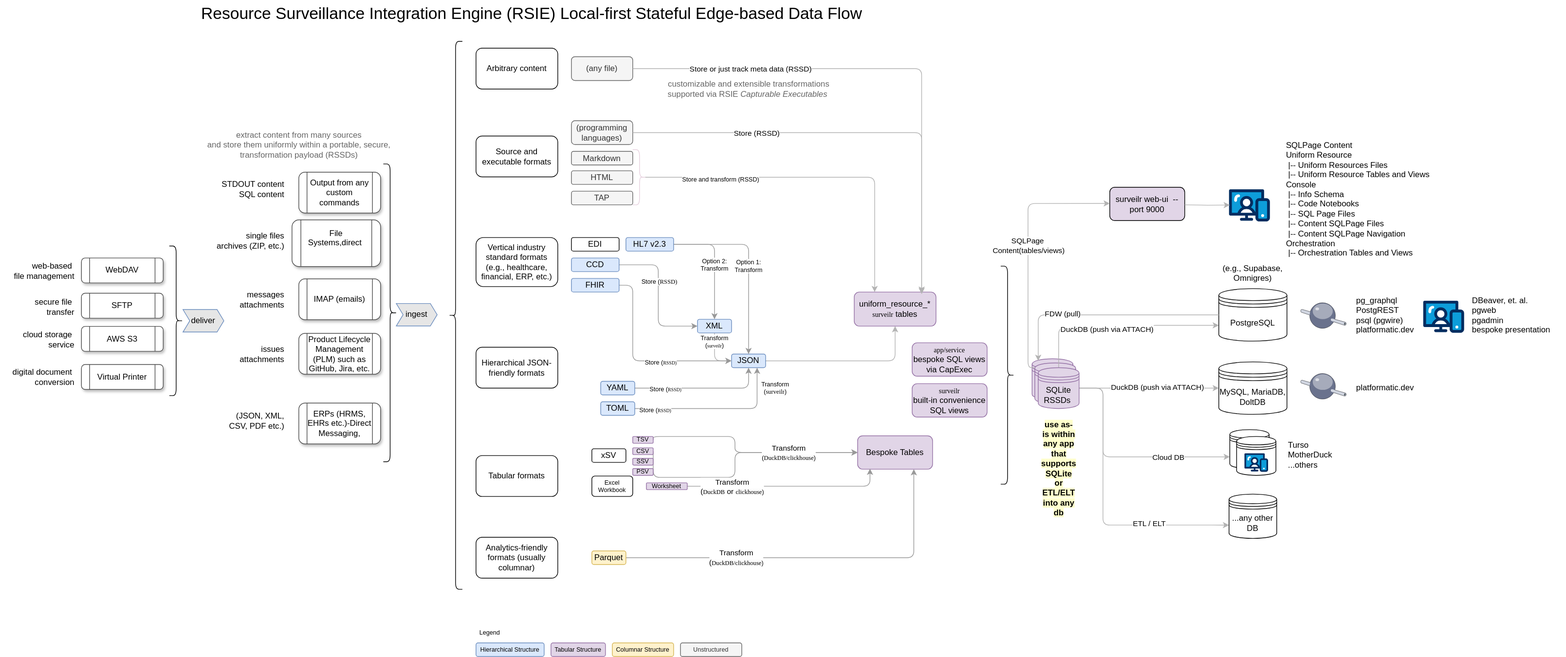
Before: pattern/integration-engine/assets/resource-surveillance-integration-engine-data-flow.drawio.svg, a diagram exported from draw.io (opsfolio/resource-surveillance-commons). Source tidied: cells renumbered, new cells last; positions are measured from the earlier drawing's top-left corner, leaving out a move shared by most shapes.
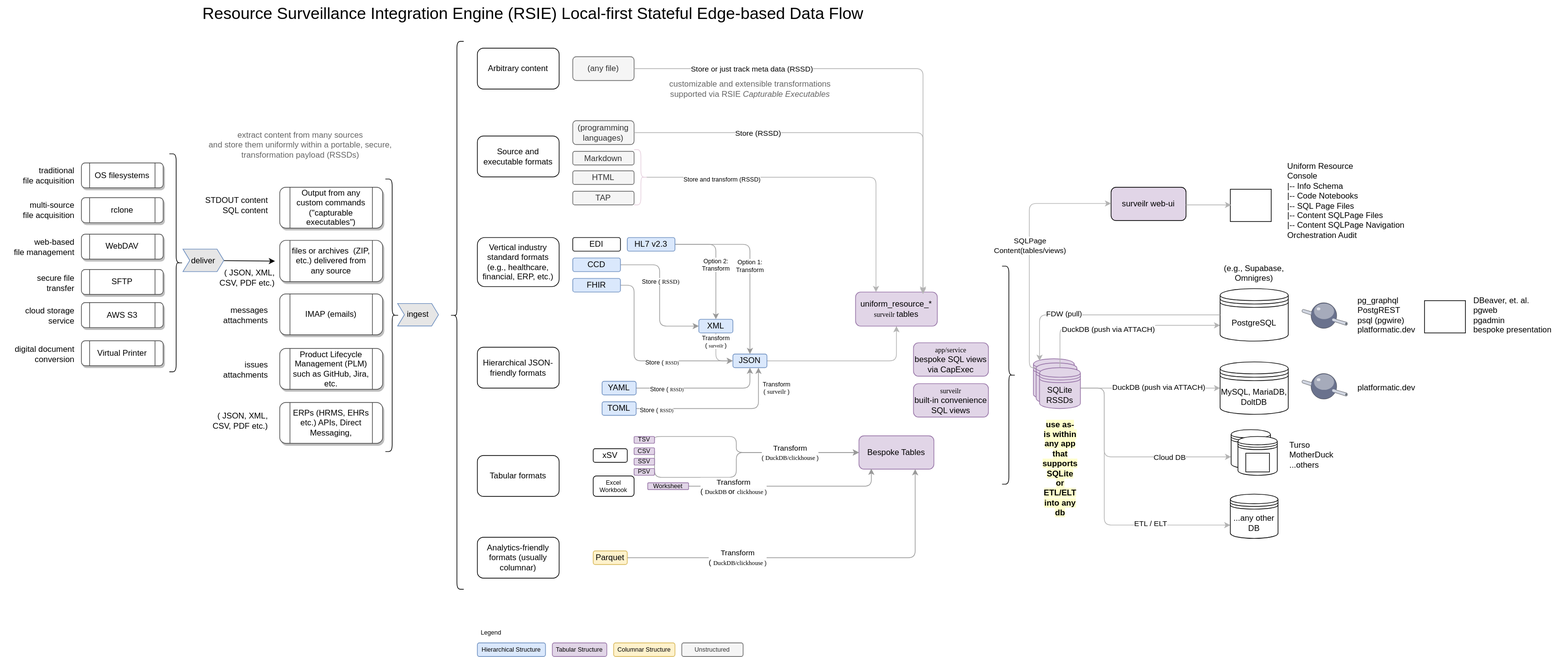
The same diagram one commit later.

Commit message:
docs: improve file sources depiction

Diff of the diagram source:
```diff
@@ -299,41 +299,38 @@
     <mxCell id="88" value="&lt;span style=&quot;color: rgb(0, 0, 0); font-family: Helvetica; font-size: 12px; font-style: normal; font-variant-ligatures: normal; font-variant-caps: normal; font-weight: 400; letter-spacing: normal; orphans: 2; text-indent: 0px; text-transform: none; widows: 2; word-spacing: 0px; -webkit-text-stroke-width: 0px; white-space: normal; text-decoration-thickness: initial; text-decoration-style: initial; text-decoration-color: initial; float: none; display: inline !important;&quot;&gt;(e.g., Supabase, Omnigres)&lt;/span&gt;" style="text;whiteSpace=wrap;html=1;align=center;labelBackgroundColor=default;" parent="1" vertex="1">
       <mxGeometry x="1788" y="380" width="100" height="40" as="geometry" />
     </mxCell>
-    <mxCell id="89" value="File Systems,direct&amp;nbsp;&lt;div&gt;&lt;br&gt;&lt;/div&gt;" style="shape=process;whiteSpace=wrap;html=1;backgroundOutline=1;rounded=1;glass=0;shadow=1;strokeColor=#4D4D4D;" parent="1" vertex="1">
-      <mxGeometry x="428" y="322" width="130" height="68.6" as="geometry" />
+    <mxCell id="89" value="files or archives&amp;nbsp; (ZIP, etc.) delivered from any source" style="shape=process;whiteSpace=wrap;html=1;backgroundOutline=1;rounded=1;glass=0;shadow=1;strokeColor=#4D4D4D;" parent="1" vertex="1">
+      <mxGeometry x="408" y="352.1" width="151" height="60.6" as="geometry" />
     </mxCell>
     <mxCell id="90" value="IMAP (emails)" style="shape=process;whiteSpace=wrap;html=1;backgroundOutline=1;rounded=1;glass=0;shadow=1;strokeColor=#4D4D4D;" parent="1" vertex="1">
-      <mxGeometry x="438" y="408.6" width="120" height="60" as="geometry" />
+      <mxGeometry x="408" y="430.8" width="151" height="60" as="geometry" />
     </mxCell>
     <mxCell id="91" value="Product Lifecycle Management (PLM) such as GitHub, Jira, etc." style="shape=process;whiteSpace=wrap;html=1;backgroundOutline=1;rounded=1;glass=0;shadow=1;strokeColor=#4D4D4D;" parent="1" vertex="1">
-      <mxGeometry x="438" y="488.6" width="120" height="60" as="geometry" />
+      <mxGeometry x="408" y="510.8" width="151" height="60" as="geometry" />
     </mxCell>
-    <mxCell id="92" value="single files&lt;div&gt;archives (ZIP, etc.)&lt;/div&gt;" style="text;html=1;align=right;verticalAlign=middle;strokeColor=none;fillColor=none;" parent="1" vertex="1">
-      <mxGeometry x="298" y="332.6" width="120" height="40" as="geometry" />
-    </mxCell>
     <mxCell id="93" value="messages&lt;div&gt;attachments&lt;/div&gt;" style="text;html=1;align=right;verticalAlign=middle;strokeColor=none;fillColor=none;" parent="1" vertex="1">
-      <mxGeometry x="328" y="418.6" width="90" height="40" as="geometry" />
+      <mxGeometry x="302" y="441.9" width="90" height="40" as="geometry" />
     </mxCell>
     <mxCell id="94" value="issues&lt;div&gt;attachments&lt;/div&gt;" style="text;html=1;align=right;verticalAlign=middle;strokeColor=none;fillColor=none;" parent="1" vertex="1">
-      <mxGeometry x="328" y="498.6" width="90" height="40" as="geometry" />
+      <mxGeometry x="302" y="521.9" width="90" height="40" as="geometry" />
     </mxCell>
     <mxCell id="95" style="shape=curlyBracket;whiteSpace=wrap;html=1;rounded=1;flipH=1;labelPosition=right;verticalLabelPosition=middle;align=left;verticalAlign=middle;" parent="1" vertex="1">
-      <mxGeometry x="562" y="240" width="20" height="437" as="geometry" />
+      <mxGeometry x="563" y="262.1" width="20" height="400" as="geometry" />
     </mxCell>
-    <mxCell id="96" value="ERPs (HRMS, EHRs etc.)-Direct Messaging," style="shape=process;whiteSpace=wrap;html=1;backgroundOutline=1;rounded=1;glass=0;shadow=1;strokeColor=#4D4D4D;" parent="1" vertex="1">
-      <mxGeometry x="438" y="591" width="120" height="60" as="geometry" />
+    <mxCell id="96" value="ERPs (HRMS, EHRs etc.) APIs, Direct Messaging," style="shape=process;whiteSpace=wrap;html=1;backgroundOutline=1;rounded=1;glass=0;shadow=1;strokeColor=#4D4D4D;" parent="1" vertex="1">
+      <mxGeometry x="408" y="590.1" width="151" height="60" as="geometry" />
     </mxCell>
     <mxCell id="97" value="ingest" style="shape=step;perimeter=stepPerimeter;whiteSpace=wrap;html=1;fixedSize=1;size=10;strokeColor=#6c8ebf;fillColor=#E6E6E6;" parent="1" vertex="1">
       <mxGeometry x="581" y="444.8" width="60" height="33" as="geometry" />
     </mxCell>
     <mxCell id="98" value="(&lt;span style=&quot;background-color: initial;&quot;&gt;JSON, XML,&lt;/span&gt;&lt;div&gt;&lt;span style=&quot;background-color: initial;&quot;&gt;CSV, PDF etc.)&lt;/span&gt;&lt;/div&gt;" style="text;html=1;align=right;verticalAlign=middle;strokeColor=none;fillColor=none;" parent="1" vertex="1">
-      <mxGeometry x="318" y="596.8" width="100" height="40" as="geometry" />
+      <mxGeometry x="292" y="597" width="100" height="40" as="geometry" />
     </mxCell>
-    <mxCell id="99" value="Output from any custom commands" style="shape=process;whiteSpace=wrap;html=1;backgroundOutline=1;rounded=1;glass=0;shadow=1;strokeColor=#4D4D4D;" parent="1" vertex="1">
-      <mxGeometry x="438" y="252" width="120" height="60" as="geometry" />
+    <mxCell id="99" value="Output from any custom commands (&quot;capturable executables&quot;)" style="shape=process;whiteSpace=wrap;html=1;backgroundOutline=1;rounded=1;glass=0;shadow=1;strokeColor=#4D4D4D;" parent="1" vertex="1">
+      <mxGeometry x="408" y="274.1" width="151" height="60" as="geometry" />
     </mxCell>
     <mxCell id="100" value="&lt;div&gt;STDOUT content&lt;/div&gt;&lt;div&gt;SQL content&lt;/div&gt;" style="text;html=1;align=right;verticalAlign=middle;strokeColor=none;fillColor=none;" parent="1" vertex="1">
-      <mxGeometry x="298" y="257.4" width="120" height="40" as="geometry" />
+      <mxGeometry x="272" y="280.6" width="120" height="40" as="geometry" />
     </mxCell>
     <mxCell id="101" style="shape=curlyBracket;whiteSpace=wrap;html=1;rounded=1;flipH=1;labelPosition=right;verticalLabelPosition=middle;align=left;verticalAlign=middle;rotation=-180;" parent="1" vertex="1">
       <mxGeometry x="658" y="60" width="20" height="804.2" as="geometry" />
@@ -377,26 +374,31 @@
     <mxCell id="114" style="verticalLabelPosition=bottom;html=1;shape=mxgraph.salesforce.web;" parent="1" vertex="1">
       <mxGeometry x="1803" y="277.1" width="60" height="47.4" as="geometry" />
     </mxCell>
-    <mxCell id="115" value="surveilr web-ui&amp;nbsp; --port 9000" style="rounded=1;whiteSpace=wrap;html=1;fillColor=#E1D5E7;" parent="1" vertex="1">
+    <mxCell id="115" value="surveilr web-ui&amp;nbsp;" style="rounded=1;whiteSpace=wrap;html=1;fillColor=#E1D5E7;" parent="1" vertex="1">
       <mxGeometry x="1628" y="274.1" width="110" height="49" as="geometry" />
     </mxCell>
     <mxCell id="116" value="WebDAV" style="shape=process;whiteSpace=wrap;html=1;backgroundOutline=1;rounded=1;glass=0;shadow=1;strokeColor=#4D4D4D;" parent="1" vertex="1">
-      <mxGeometry x="119" y="378" width="120" height="36.6" as="geometry" />
+      <mxGeometry x="117" y="343.1" width="120" height="36.6" as="geometry" />
     </mxCell>
     <mxCell id="117" value="SFTP" style="shape=process;whiteSpace=wrap;html=1;backgroundOutline=1;rounded=1;glass=0;shadow=1;strokeColor=#4D4D4D;" parent="1" vertex="1">
-      <mxGeometry x="119" y="429.8" width="120" height="36.6" as="geometry" />
+      <mxGeometry x="117" y="394.9" width="120" height="36.6" as="geometry" />
     </mxCell>
     <mxCell id="118" value="AWS S3" style="shape=process;whiteSpace=wrap;html=1;backgroundOutline=1;rounded=1;glass=0;shadow=1;strokeColor=#4D4D4D;" parent="1" vertex="1">
-      <mxGeometry x="119" y="478.4" width="120" height="36.6" as="geometry" />
+      <mxGeometry x="117" y="443.5" width="120" height="36.6" as="geometry" />
     </mxCell>
     <mxCell id="119" value="Virtual Printer" style="shape=process;whiteSpace=wrap;html=1;backgroundOutline=1;rounded=1;glass=0;shadow=1;strokeColor=#4D4D4D;" parent="1" vertex="1">
-      <mxGeometry x="119" y="534.4" width="120" height="36.6" as="geometry" />
+      <mxGeometry x="117" y="499.5" width="120" height="36.6" as="geometry" />
     </mxCell>
-    <mxCell id="120" style="shape=curlyBracket;whiteSpace=wrap;html=1;rounded=1;flipH=1;labelPosition=right;verticalLabelPosition=middle;align=left;verticalAlign=middle;" parent="1" vertex="1">
-      <mxGeometry x="248" y="360.4" width="20" height="219.6" as="geometry" />
+    <mxCell id="120" style="shape=curlyBracket;whiteSpace=wrap;html=1;rounded=1;flipH=1;labelPosition=right;verticalLabelPosition=middle;align=left;verticalAlign=middle;size=0.5;" parent="1" vertex="1">
+      <mxGeometry x="246" y="225.1" width="20" height="320" as="geometry" />
     </mxCell>
+    <mxCell id="130" style="edgeStyle=none;html=1;" parent="1" edge="1" source="121">
+      <mxGeometry relative="1" as="geometry">
+        <mxPoint x="401" y="382.6" as="targetPoint" />
+      </mxGeometry>
+    </mxCell>
     <mxCell id="121" value="deliver" style="shape=step;perimeter=stepPerimeter;whiteSpace=wrap;html=1;fixedSize=1;size=10;strokeColor=#6c8ebf;fillColor=#E6E6E6;" parent="1" vertex="1">
-      <mxGeometry x="268" y="453.7" width="60" height="33" as="geometry" />
+      <mxGeometry x="266" y="365" width="60" height="33" as="geometry" />
     </mxCell>
     <mxCell id="122" style="edgeStyle=orthogonalEdgeStyle;rounded=1;orthogonalLoop=1;jettySize=auto;html=1;curved=0;strokeColor=#B3B3B3;" parent="1" edge="1">
       <mxGeometry relative="1" as="geometry">
@@ -417,22 +419,41 @@
       <mxGeometry relative="1" as="geometry">
         <mxPoint x="1738" y="300" as="sourcePoint" />
         <mxPoint x="1804.2" y="300.3" as="targetPoint" />
+        <Array as="points">
+          <mxPoint x="1788" y="300" />
+          <mxPoint x="1788" y="300" />
+        </Array>
       </mxGeometry>
     </mxCell>
-    <mxCell id="125" value="SQLPage Content &#10;Uniform Resource&#10; |-- Uniform Resources Files&#10; |-- Uniform Resource Tables and Views&#10;Console&#10; |-- Info Schema&#10; |-- Code Notebooks&#10; |-- SQL Page Files&#10; |-- Content SQLPage Files&#10; |-- Content SQLPage Navigation&#10;Orchestration&#10; |-- Orchestration Tables and Views" style="text;whiteSpace=wrap;" parent="1" vertex="1">
-      <mxGeometry x="1885" y="198.7" width="240" height="200" as="geometry" />
+    <mxCell id="125" value="Uniform Resource&#10;Console&#10; |-- Info Schema&#10; |-- Code Notebooks&#10; |-- SQL Page Files&#10; |-- Content SQLPage Files&#10; |-- Content SQLPage Navigation&#10;Orchestration Audit" style="text;whiteSpace=wrap;" parent="1" vertex="1">
+      <mxGeometry x="1885" y="230.1" width="240" height="141.3" as="geometry" />
     </mxCell>
     <mxCell id="126" value="web-based&amp;nbsp;&lt;div&gt;file management&lt;br&gt;&lt;/div&gt;" style="text;html=1;align=right;verticalAlign=middle;strokeColor=none;fillColor=none;" parent="1" vertex="1">
-      <mxGeometry y="376.7" width="110" height="40" as="geometry" />
+      <mxGeometry x="-2" y="341.8" width="110" height="40" as="geometry" />
     </mxCell>
     <mxCell id="127" value="secure file&amp;nbsp;&lt;div&gt;&lt;span style=&quot;background-color: initial;&quot;&gt;transfer&lt;/span&gt;&lt;/div&gt;" style="text;html=1;align=right;verticalAlign=middle;strokeColor=none;fillColor=none;" parent="1" vertex="1">
-      <mxGeometry x="30" y="430" width="80" height="40" as="geometry" />
+      <mxGeometry x="28" y="395.1" width="80" height="40" as="geometry" />
     </mxCell>
     <mxCell id="128" value="cloud storage&amp;nbsp;&lt;div&gt;service&lt;/div&gt;" style="text;html=1;align=right;verticalAlign=middle;strokeColor=none;fillColor=none;" parent="1" vertex="1">
-      <mxGeometry x="10" y="478" width="100" height="40" as="geometry" />
+      <mxGeometry x="8" y="443.1" width="100" height="40" as="geometry" />
     </mxCell>
     <mxCell id="129" value="digital document&amp;nbsp;&lt;div&gt;conversion&lt;br&gt;&lt;/div&gt;" style="text;html=1;align=right;verticalAlign=middle;strokeColor=none;fillColor=none;" parent="1" vertex="1">
-      <mxGeometry y="533.4" width="110" height="40" as="geometry" />
+      <mxGeometry x="-2" y="498.5" width="110" height="40" as="geometry" />
     </mxCell>
+    <mxCell id="131" value="rclone" style="shape=process;whiteSpace=wrap;html=1;backgroundOutline=1;rounded=1;glass=0;shadow=1;strokeColor=#4D4D4D;" parent="1" vertex="1">
+      <mxGeometry x="117" y="289.6" width="120" height="36.6" as="geometry" />
+    </mxCell>
+    <mxCell id="132" value="multi-source&lt;br&gt;file acquisition" style="text;html=1;align=right;verticalAlign=middle;strokeColor=none;fillColor=none;" parent="1" vertex="1">
+      <mxGeometry x="8" y="288.2" width="100" height="40" as="geometry" />
+    </mxCell>
+    <mxCell id="133" value="OS filesystems" style="shape=process;whiteSpace=wrap;html=1;backgroundOutline=1;rounded=1;glass=0;shadow=1;strokeColor=#4D4D4D;" parent="1" vertex="1">
+      <mxGeometry x="117" y="238.4" width="120" height="36.6" as="geometry" />
+    </mxCell>
+    <mxCell id="134" value="traditional&lt;br&gt;file acquisition" style="text;html=1;align=right;verticalAlign=middle;strokeColor=none;fillColor=none;" parent="1" vertex="1">
+      <mxGeometry x="8" y="237.1" width="100" height="40" as="geometry" />
+    </mxCell>
+    <mxCell id="135" value="(&lt;span style=&quot;background-color: initial;&quot;&gt;JSON, XML,&lt;/span&gt;&lt;div&gt;&lt;span style=&quot;background-color: initial;&quot;&gt;CSV, PDF etc.)&lt;/span&gt;&lt;/div&gt;" style="text;html=1;align=right;verticalAlign=middle;strokeColor=none;fillColor=none;" parent="1" vertex="1">
+      <mxGeometry x="302" y="386.5" width="100" height="40" as="geometry" />
+    </mxCell>
   </root>
 </mxGraphModel>
```
